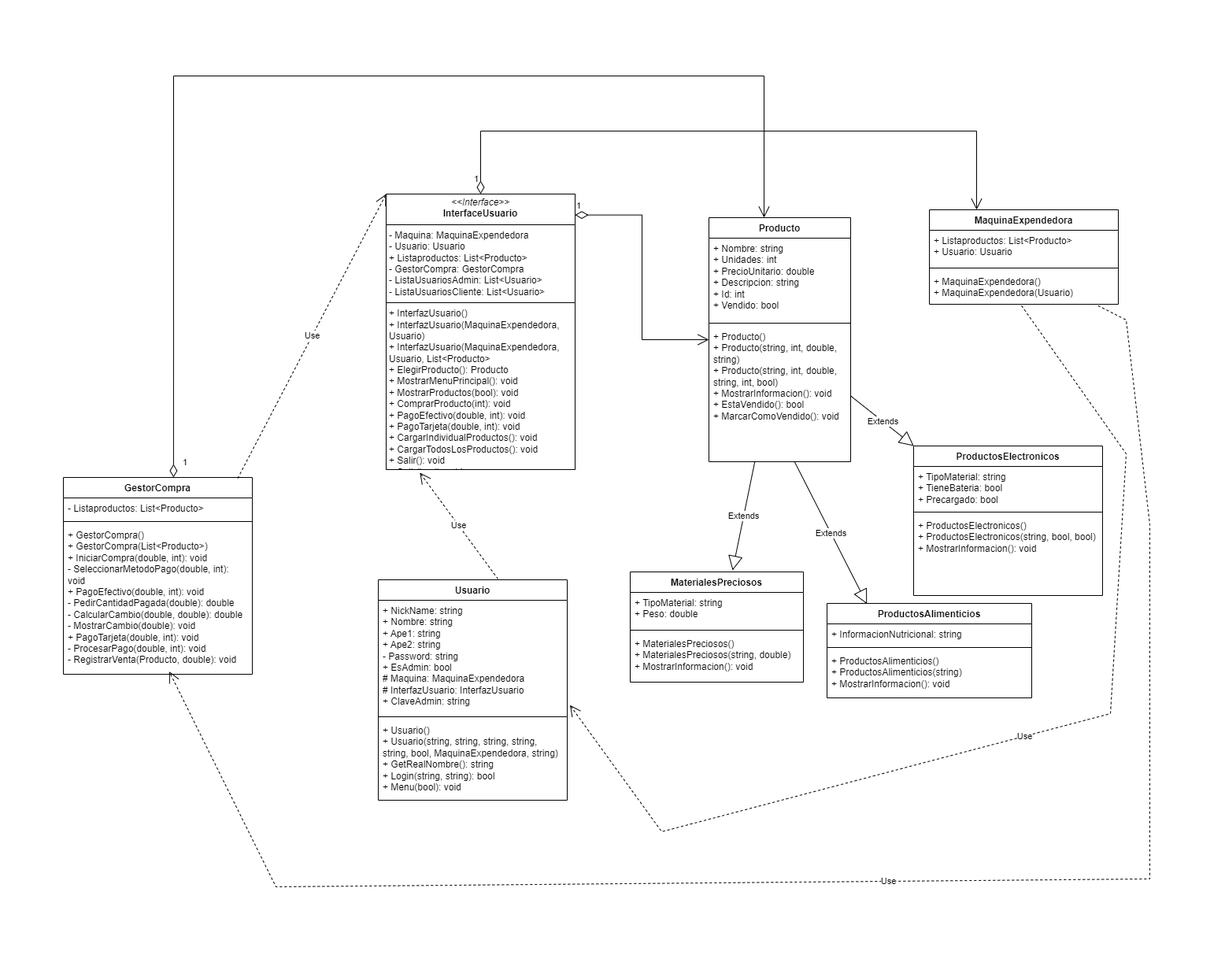
This is Untitled Diagram.drawio.png from CarmenSanchezHDLFlor/MaquinaExpendedora---ProyectoFinal, a draw.io export, as it was before one commit. Source tidied: cells renumbered, new cells last; positions are measured from the earlier drawing's top-left corner, leaving out a move shared by most shapes.
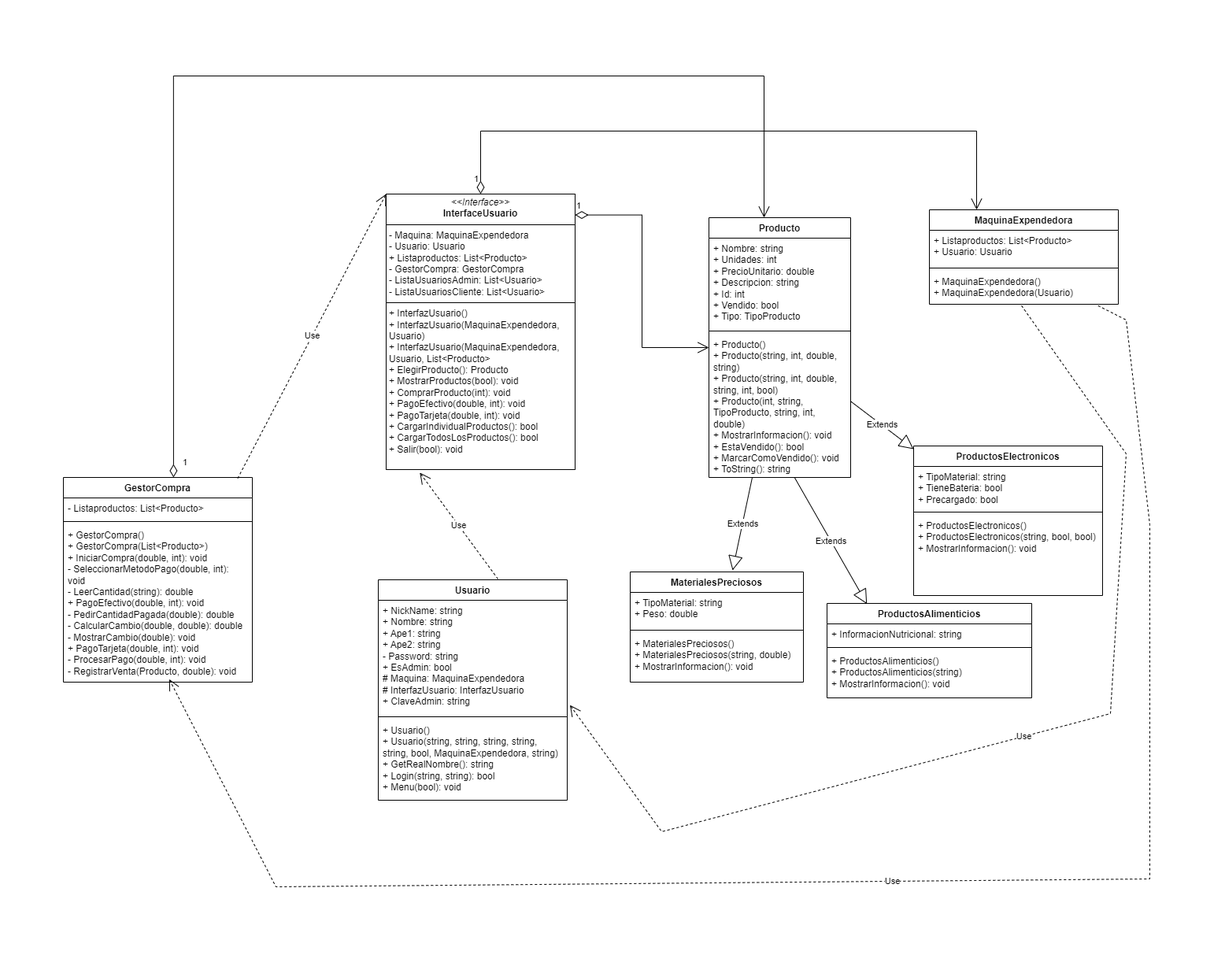
After the commit.

Change to the diagram source:
```diff
@@ -63,19 +63,19 @@
       <mxGeometry y="78" width="220" height="62" as="geometry" />
     </mxCell>
     <mxCell id="22" value="Producto" style="swimlane;fontStyle=1;align=center;verticalAlign=top;horizontal=1;startSize=26;whiteSpace=wrap;html=1;" parent="1" vertex="1">
-      <mxGeometry x="820" y="180" width="180" height="310" as="geometry" />
+      <mxGeometry x="820" y="180" width="180" height="330" as="geometry" />
     </mxCell>
-    <mxCell id="23" value="+ Nombre: string&amp;nbsp;&lt;div&gt;+ Unidades: int&lt;/div&gt;&lt;div&gt;+ PrecioUnitario: double&amp;nbsp;&lt;/div&gt;&lt;div&gt;+ Descripcion: string&amp;nbsp;&lt;/div&gt;&lt;div&gt;+ Id: int&lt;/div&gt;&lt;div&gt;+ Vendido: bool&lt;/div&gt;" style="text;strokeColor=none;fillColor=none;align=left;verticalAlign=top;spacingLeft=4;spacingRight=4;overflow=hidden;whiteSpace=wrap;html=1;" parent="22" vertex="1">
-      <mxGeometry y="26" width="180" height="104" as="geometry" />
+    <mxCell id="23" value="+ Nombre: string&amp;nbsp;&lt;div&gt;+ Unidades: int&lt;/div&gt;&lt;div&gt;+ PrecioUnitario: double&amp;nbsp;&lt;/div&gt;&lt;div&gt;+ Descripcion: string&amp;nbsp;&lt;/div&gt;&lt;div&gt;+ Id: int&lt;/div&gt;&lt;div&gt;+ Vendido: bool&lt;/div&gt;&lt;div&gt;+ Tipo: TipoProducto&lt;/div&gt;" style="text;strokeColor=none;fillColor=none;align=left;verticalAlign=top;spacingLeft=4;spacingRight=4;overflow=hidden;whiteSpace=wrap;html=1;" parent="22" vertex="1">
+      <mxGeometry y="26" width="180" height="114" as="geometry" />
     </mxCell>
     <mxCell id="24" style="line;strokeWidth=1;fillColor=none;align=left;verticalAlign=middle;spacingTop=-1;spacingLeft=3;spacingRight=3;labelPosition=right;strokeColor=inherit;" parent="22" vertex="1">
-      <mxGeometry y="130" width="180" height="8" as="geometry" />
+      <mxGeometry y="140" width="180" height="8" as="geometry" />
     </mxCell>
-    <mxCell id="25" value="+ Producto()&lt;div&gt;+ Producto(string, int, double, string)&lt;/div&gt;&lt;div&gt;+ Producto(string, int, double, string, int, bool)&lt;/div&gt;&lt;div&gt;+ MostrarInformacion(): void&lt;/div&gt;&lt;div&gt;+ EstaVendido(): bool&amp;nbsp;&lt;/div&gt;&lt;div&gt;+ MarcarComoVendido(): void&lt;/div&gt;" style="text;strokeColor=none;fillColor=none;align=left;verticalAlign=top;spacingLeft=4;spacingRight=4;overflow=hidden;points=[[0,0.5],[1,0.5]];portConstraint=eastwest;whiteSpace=wrap;html=1;" parent="22" vertex="1">
-      <mxGeometry y="138" width="180" height="172" as="geometry" />
+    <mxCell id="25" value="+ Producto()&lt;div&gt;+ Producto(string, int, double, string)&lt;/div&gt;&lt;div&gt;+ Producto(string, int, double, string, int, bool)&lt;/div&gt;&lt;div&gt;+ Producto(int, string, TipoProducto, string, int, double)&lt;/div&gt;&lt;div&gt;+ MostrarInformacion(): void&lt;/div&gt;&lt;div&gt;+ EstaVendido(): bool&amp;nbsp;&lt;/div&gt;&lt;div&gt;+ MarcarComoVendido(): void&lt;/div&gt;&lt;div&gt;+ ToString(): string&lt;/div&gt;" style="text;strokeColor=none;fillColor=none;align=left;verticalAlign=top;spacingLeft=4;spacingRight=4;overflow=hidden;points=[[0,0.5],[1,0.5]];portConstraint=eastwest;whiteSpace=wrap;html=1;" parent="22" vertex="1">
+      <mxGeometry y="148" width="180" height="182" as="geometry" />
     </mxCell>
     <mxCell id="26" value="GestorCompra" style="swimlane;fontStyle=1;align=center;verticalAlign=top;horizontal=1;startSize=26;whiteSpace=wrap;html=1;" parent="1" vertex="1">
-      <mxGeometry y="510" width="240" height="250" as="geometry" />
+      <mxGeometry y="510" width="240" height="260" as="geometry" />
     </mxCell>
     <mxCell id="27" value="- Listaproductos: List&amp;lt;Producto&amp;gt;&lt;div&gt;&lt;br&gt;&lt;/div&gt;" style="text;strokeColor=none;fillColor=none;align=left;verticalAlign=top;spacingLeft=4;spacingRight=4;overflow=hidden;whiteSpace=wrap;html=1;" parent="26" vertex="1">
       <mxGeometry y="26" width="240" height="26" as="geometry" />
@@ -83,10 +83,10 @@
     <mxCell id="28" style="line;strokeWidth=1;fillColor=none;align=left;verticalAlign=middle;spacingTop=-1;spacingLeft=3;spacingRight=3;labelPosition=right;strokeColor=inherit;" parent="26" vertex="1">
       <mxGeometry y="52" width="240" height="8" as="geometry" />
     </mxCell>
-    <mxCell id="29" value="+ GestorCompra()&lt;div&gt;+ GestorCompra(List&amp;lt;Producto&amp;gt;)&lt;/div&gt;&lt;div&gt;+ IniciarCompra(double, int): void&lt;/div&gt;&lt;div&gt;- SeleccionarMetodoPago(double, int): void&lt;/div&gt;&lt;div&gt;+ PagoEfectivo(double, int): void&lt;/div&gt;&lt;div&gt;- PedirCantidadPagada(double): double&amp;nbsp;&lt;/div&gt;&lt;div&gt;- CalcularCambio(double, double): double&amp;nbsp;&lt;/div&gt;&lt;div&gt;- MostrarCambio(double): void&lt;/div&gt;&lt;div&gt;+ PagoTarjeta(double, int): void&lt;/div&gt;&lt;div&gt;- ProcesarPago(double, int): void&lt;/div&gt;&lt;div&gt;- RegistrarVenta(Producto, double): void&lt;/div&gt;" style="text;strokeColor=none;fillColor=none;align=left;verticalAlign=top;spacingLeft=4;spacingRight=4;overflow=hidden;points=[[0,0.5],[1,0.5]];portConstraint=eastwest;whiteSpace=wrap;html=1;" parent="26" vertex="1">
-      <mxGeometry y="60" width="240" height="190" as="geometry" />
+    <mxCell id="29" value="+ GestorCompra()&lt;div&gt;+ GestorCompra(List&amp;lt;Producto&amp;gt;)&lt;/div&gt;&lt;div&gt;+ IniciarCompra(double, int): void&lt;/div&gt;&lt;div&gt;- SeleccionarMetodoPago(double, int): void&lt;/div&gt;&lt;div&gt;- LeerCantidad(string): double&amp;nbsp;&lt;/div&gt;&lt;div&gt;+ PagoEfectivo(double, int): void&lt;/div&gt;&lt;div&gt;- PedirCantidadPagada(double): double&amp;nbsp;&lt;/div&gt;&lt;div&gt;- CalcularCambio(double, double): double&amp;nbsp;&lt;/div&gt;&lt;div&gt;- MostrarCambio(double): void&lt;/div&gt;&lt;div&gt;+ PagoTarjeta(double, int): void&lt;/div&gt;&lt;div&gt;- ProcesarPago(double, int): void&lt;/div&gt;&lt;div&gt;- RegistrarVenta(Producto, double): void&lt;/div&gt;" style="text;strokeColor=none;fillColor=none;align=left;verticalAlign=top;spacingLeft=4;spacingRight=4;overflow=hidden;points=[[0,0.5],[1,0.5]];portConstraint=eastwest;whiteSpace=wrap;html=1;" parent="26" vertex="1">
+      <mxGeometry y="60" width="240" height="200" as="geometry" />
     </mxCell>
-    <mxCell id="30" value="&lt;p style=&quot;margin:0px;margin-top:4px;text-align:center;&quot;&gt;&lt;i&gt;&amp;lt;&amp;lt;Interface&amp;gt;&amp;gt;&lt;/i&gt;&lt;br&gt;&lt;b&gt;InterfaceUsuario&lt;/b&gt;&lt;/p&gt;&lt;hr size=&quot;1&quot; style=&quot;border-style:solid;&quot;&gt;&lt;p style=&quot;margin:0px;margin-left:4px;&quot;&gt;- Maquina: MaquinaExpendedora&lt;br&gt;- Usuario: Usuario&lt;/p&gt;&lt;p style=&quot;margin:0px;margin-left:4px;&quot;&gt;+ Listaproductos: List&amp;lt;Producto&amp;gt;&lt;/p&gt;&lt;p style=&quot;margin:0px;margin-left:4px;&quot;&gt;- GestorCompra: GestorCompra&lt;/p&gt;&lt;p style=&quot;margin:0px;margin-left:4px;&quot;&gt;- ListaUsuariosAdmin: List&amp;lt;Usuario&amp;gt;&lt;/p&gt;&lt;p style=&quot;margin:0px;margin-left:4px;&quot;&gt;- ListaUsuariosCliente: List&amp;lt;Usuario&amp;gt;&amp;nbsp;&lt;/p&gt;&lt;hr size=&quot;1&quot; style=&quot;border-style:solid;&quot;&gt;&lt;p style=&quot;margin:0px;margin-left:4px;&quot;&gt;+ InterfazUsuario()&lt;br&gt;+ InterfazUsuario(MaquinaExpendedora, Usuario)&lt;/p&gt;&lt;p style=&quot;margin:0px;margin-left:4px;&quot;&gt;+ InterfazUsuario(MaquinaExpendedora, Usuario, List&amp;lt;Producto&amp;gt;&lt;/p&gt;&lt;p style=&quot;margin:0px;margin-left:4px;&quot;&gt;+ ElegirProducto(): Producto&lt;/p&gt;&lt;p style=&quot;margin:0px;margin-left:4px;&quot;&gt;+ MostrarMenuPrincipal(): void&lt;/p&gt;&lt;p style=&quot;margin:0px;margin-left:4px;&quot;&gt;+ MostrarProductos(bool): void&lt;/p&gt;&lt;p style=&quot;margin:0px;margin-left:4px;&quot;&gt;+ ComprarProducto(int): void&lt;/p&gt;&lt;p style=&quot;margin:0px;margin-left:4px;&quot;&gt;+ PagoEfectivo(double, int): void&lt;/p&gt;&lt;p style=&quot;margin:0px;margin-left:4px;&quot;&gt;+ PagoTarjeta(double, int): void&amp;nbsp;&lt;/p&gt;&lt;p style=&quot;margin:0px;margin-left:4px;&quot;&gt;+ CargarIndividualProductos(): void&lt;/p&gt;&lt;p style=&quot;margin:0px;margin-left:4px;&quot;&gt;+ CargarTodosLosProductos(): void&lt;/p&gt;&lt;p style=&quot;margin:0px;margin-left:4px;&quot;&gt;+ Salir(): void&lt;/p&gt;&lt;p style=&quot;margin:0px;margin-left:4px;&quot;&gt;+ Salir(bool): void&amp;nbsp;&lt;/p&gt;" style="verticalAlign=top;align=left;overflow=fill;html=1;whiteSpace=wrap;" parent="1" vertex="1">
+    <mxCell id="30" value="&lt;p style=&quot;margin:0px;margin-top:4px;text-align:center;&quot;&gt;&lt;i&gt;&amp;lt;&amp;lt;Interface&amp;gt;&amp;gt;&lt;/i&gt;&lt;br&gt;&lt;b&gt;InterfaceUsuario&lt;/b&gt;&lt;/p&gt;&lt;hr size=&quot;1&quot; style=&quot;border-style:solid;&quot;&gt;&lt;p style=&quot;margin:0px;margin-left:4px;&quot;&gt;- Maquina: MaquinaExpendedora&lt;br&gt;- Usuario: Usuario&lt;/p&gt;&lt;p style=&quot;margin:0px;margin-left:4px;&quot;&gt;+ Listaproductos: List&amp;lt;Producto&amp;gt;&lt;/p&gt;&lt;p style=&quot;margin:0px;margin-left:4px;&quot;&gt;- GestorCompra: GestorCompra&lt;/p&gt;&lt;p style=&quot;margin:0px;margin-left:4px;&quot;&gt;- ListaUsuariosAdmin: List&amp;lt;Usuario&amp;gt;&lt;/p&gt;&lt;p style=&quot;margin:0px;margin-left:4px;&quot;&gt;- ListaUsuariosCliente: List&amp;lt;Usuario&amp;gt;&amp;nbsp;&lt;/p&gt;&lt;hr size=&quot;1&quot; style=&quot;border-style:solid;&quot;&gt;&lt;p style=&quot;margin:0px;margin-left:4px;&quot;&gt;+ InterfazUsuario()&lt;br&gt;+ InterfazUsuario(MaquinaExpendedora, Usuario)&lt;/p&gt;&lt;p style=&quot;margin:0px;margin-left:4px;&quot;&gt;+ InterfazUsuario(MaquinaExpendedora, Usuario, List&amp;lt;Producto&amp;gt;&lt;/p&gt;&lt;p style=&quot;margin:0px;margin-left:4px;&quot;&gt;+ ElegirProducto(): Producto&lt;/p&gt;&lt;p style=&quot;margin:0px;margin-left:4px;&quot;&gt;+ MostrarProductos(bool): void&lt;/p&gt;&lt;p style=&quot;margin:0px;margin-left:4px;&quot;&gt;+ ComprarProducto(int): void&lt;/p&gt;&lt;p style=&quot;margin:0px;margin-left:4px;&quot;&gt;+ PagoEfectivo(double, int): void&lt;/p&gt;&lt;p style=&quot;margin:0px;margin-left:4px;&quot;&gt;+ PagoTarjeta(double, int): void&amp;nbsp;&lt;/p&gt;&lt;p style=&quot;margin:0px;margin-left:4px;&quot;&gt;+ CargarIndividualProductos(): bool&lt;/p&gt;&lt;p style=&quot;margin:0px;margin-left:4px;&quot;&gt;+ CargarTodosLosProductos(): bool&lt;/p&gt;&lt;p style=&quot;margin:0px;margin-left:4px;&quot;&gt;+ Salir(bool): void&amp;nbsp;&lt;/p&gt;" style="verticalAlign=top;align=left;overflow=fill;html=1;whiteSpace=wrap;" parent="1" vertex="1">
       <mxGeometry x="410" y="150" width="240" height="350" as="geometry" />
     </mxCell>
     <mxCell id="31" value="Extends" style="endArrow=block;endSize=16;endFill=0;html=1;rounded=0;entryX=0.591;entryY=-0.014;entryDx=0;entryDy=0;entryPerimeter=0;" parent="1" edge="1" source="22" target="18">
```
